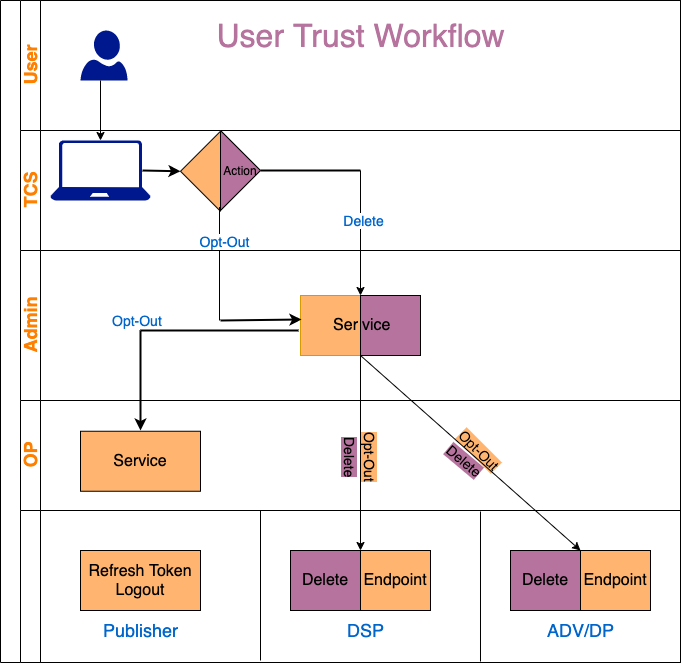
Above: images/user_trust_workflow.png in IABTechLab/uid2docs (draw.io), before the change. Source tidied: cells renumbered, new cells last; positions are measured from the earlier drawing's top-left corner, leaving out a move shared by most shapes. Its diagram source:
```xml
<mxGraphModel>
  <root>
    <mxCell id="0" />
    <mxCell id="1" parent="0" />
    <mxCell id="2" style="swimlane;html=1;horizontal=0;startSize=20;" parent="1" vertex="1">
      <mxGeometry width="680" height="662" as="geometry" />
    </mxCell>
    <mxCell id="3" value="&lt;font color=&quot;#ff8000&quot; style=&quot;font-size: 18px&quot;&gt;User&lt;/font&gt;" style="swimlane;html=1;startSize=20;horizontal=0;" parent="2" vertex="1">
      <mxGeometry x="20" width="660" height="130" as="geometry" />
    </mxCell>
    <mxCell id="4" style="shadow=0;dashed=0;html=1;strokeColor=none;labelPosition=center;verticalLabelPosition=bottom;verticalAlign=top;align=center;fillColor=#00188D;shape=mxgraph.azure.user;rounded=0;sketch=0;" parent="3" vertex="1">
      <mxGeometry x="60" y="30" width="47" height="50" as="geometry" />
    </mxCell>
    <mxCell id="5" value="&lt;font style=&quot;font-size: 32px&quot; color=&quot;#b5739d&quot;&gt;User Trust Workflow&lt;/font&gt;" style="text;html=1;align=center;verticalAlign=middle;fillColor=none;strokeColor=none;rounded=0;" parent="3" vertex="1">
      <mxGeometry x="190" y="20" width="300" height="30" as="geometry" />
    </mxCell>
    <mxCell id="6" value="&lt;font style=&quot;font-size: 18px&quot; color=&quot;#ff8000&quot;&gt;TCS&lt;/font&gt;" style="swimlane;html=1;startSize=20;horizontal=0;" parent="2" vertex="1">
      <mxGeometry x="20" y="130" width="660" height="120" as="geometry" />
    </mxCell>
    <mxCell id="7" style="edgeStyle=orthogonalEdgeStyle;rounded=0;orthogonalLoop=1;jettySize=auto;html=1;endArrow=classic;endFill=1;" parent="6" edge="1">
      <mxGeometry relative="1" as="geometry">
        <mxPoint x="360" y="60" as="targetPoint" />
      </mxGeometry>
    </mxCell>
    <mxCell id="8" style="shadow=0;dashed=0;html=1;strokeColor=none;labelPosition=center;verticalLabelPosition=bottom;verticalAlign=top;align=center;fillColor=#00188D;shape=mxgraph.azure.laptop;" parent="6" vertex="1">
      <mxGeometry x="30" y="10" width="100" height="60" as="geometry" />
    </mxCell>
    <mxCell id="9" value="Action" style="triangle;whiteSpace=wrap;html=1;fillColor=#B5739D;" parent="6" vertex="1">
      <mxGeometry x="200" width="40" height="80" as="geometry" />
    </mxCell>
    <mxCell id="10" style="triangle;whiteSpace=wrap;html=1;rotation=-180;fillColor=#FFB570;" parent="6" vertex="1">
      <mxGeometry x="160" y="0.8" width="40" height="80" as="geometry" />
    </mxCell>
    <mxCell id="11" style="endArrow=none;html=1;strokeWidth=2;startArrow=classic;startFill=1;entryX=0.92;entryY=0.5;entryDx=0;entryDy=0;entryPerimeter=0;exitX=1;exitY=0.5;exitDx=0;exitDy=0;" parent="6" edge="1" source="10" target="8">
      <mxGeometry relative="1" as="geometry" />
    </mxCell>
    <mxCell id="12" style="endArrow=none;html=1;strokeWidth=2;" parent="6" edge="1">
      <mxGeometry relative="1" as="geometry">
        <mxPoint x="240" y="40" as="sourcePoint" />
        <mxPoint x="340" y="40" as="targetPoint" />
      </mxGeometry>
    </mxCell>
    <mxCell id="13" style="endArrow=classic;html=1;strokeWidth=1;entryX=0;entryY=0;entryDx=0;entryDy=0;" parent="6" edge="1" target="17">
      <mxGeometry relative="1" as="geometry">
        <mxPoint x="340" y="40" as="sourcePoint" />
      </mxGeometry>
    </mxCell>
    <mxCell id="14" value="&lt;font style=&quot;font-size: 14px&quot; color=&quot;#0066cc&quot;&gt;Delete&lt;/font&gt;" style="edgeLabel;html=1;align=center;verticalAlign=middle;" parent="13" vertex="1">
      <mxGeometry x="-0.22" y="2" relative="1" as="geometry" />
    </mxCell>
    <mxCell id="15" value="&lt;font style=&quot;font-size: 18px&quot; color=&quot;#ff8000&quot;&gt;Admin&lt;/font&gt;" style="swimlane;html=1;startSize=20;horizontal=0;" parent="2" vertex="1">
      <mxGeometry x="20" y="250" width="660" height="150" as="geometry" />
    </mxCell>
    <mxCell id="16" value="&lt;font style=&quot;font-size: 16px&quot;&gt;Ser&lt;/font&gt;" style="rounded=0;whiteSpace=wrap;html=1;strokeColor=#d79b00;align=right;fillColor=#FFB570;" parent="15" vertex="1">
      <mxGeometry x="280" y="45" width="60" height="60" as="geometry" />
    </mxCell>
    <mxCell id="17" value="&lt;font style=&quot;font-size: 16px&quot;&gt;vice&lt;/font&gt;" style="rounded=0;whiteSpace=wrap;html=1;fillColor=#B5739D;align=left;" parent="15" vertex="1">
      <mxGeometry x="340" y="45" width="60" height="60" as="geometry" />
    </mxCell>
    <mxCell id="18" value="&lt;font style=&quot;font-size: 14px&quot; color=&quot;#0066cc&quot;&gt;Opt-Out&lt;/font&gt;" style="text;html=1;align=left;verticalAlign=middle;" parent="15" vertex="1">
      <mxGeometry x="90" y="60" width="70" height="20" as="geometry" />
    </mxCell>
    <mxCell id="19" value="&lt;font style=&quot;font-size: 18px&quot; color=&quot;#ff8000&quot;&gt;OP&lt;/font&gt;" style="swimlane;html=1;startSize=20;horizontal=0;" parent="2" vertex="1">
      <mxGeometry x="20" y="400" width="660" height="110" as="geometry" />
    </mxCell>
    <mxCell id="20" value="&lt;font style=&quot;font-size: 16px&quot;&gt;Service&lt;/font&gt;" style="rounded=0;whiteSpace=wrap;html=1;fillColor=#FFB570;" parent="19" vertex="1">
      <mxGeometry x="60" y="30.8" width="120" height="60" as="geometry" />
    </mxCell>
    <mxCell id="21" value="&lt;font style=&quot;font-size: 14px ; background-color: rgb(255 , 181 , 112)&quot;&gt;Opt-Out&lt;/font&gt;" style="text;html=1;align=left;verticalAlign=middle;rotation=45;" parent="19" vertex="1">
      <mxGeometry x="430" y="45" width="70" height="20" as="geometry" />
    </mxCell>
    <mxCell id="22" value="&lt;font style=&quot;font-size: 14px ; background-color: rgb(255 , 181 , 112)&quot;&gt;Opt-Out&lt;/font&gt;" style="text;html=1;align=left;verticalAlign=middle;rotation=90;" parent="19" vertex="1">
      <mxGeometry x="315" y="55" width="70" height="20" as="geometry" />
    </mxCell>
    <mxCell id="23" value="&lt;font style=&quot;font-size: 14px ; background-color: rgb(181 , 115 , 157)&quot;&gt;Delete&lt;/font&gt;" style="text;html=1;align=left;verticalAlign=middle;rotation=40;" parent="19" vertex="1">
      <mxGeometry x="420" y="55" width="60" height="20" as="geometry" />
    </mxCell>
    <mxCell id="24" value="&lt;font style=&quot;font-size: 14px ; background-color: rgb(181 , 115 , 157)&quot;&gt;Delete&lt;/font&gt;" style="text;html=1;align=left;verticalAlign=middle;rotation=90;" parent="19" vertex="1">
      <mxGeometry x="300" y="55" width="60" height="20" as="geometry" />
    </mxCell>
    <mxCell id="25" style="swimlane;html=1;startSize=20;horizontal=0;" parent="2" vertex="1">
      <mxGeometry x="20" y="510" width="660" height="152" as="geometry" />
    </mxCell>
    <mxCell id="26" value="&lt;font style=&quot;font-size: 18px&quot; color=&quot;#0066cc&quot;&gt;DSP&lt;/font&gt;" style="text;html=1;align=center;verticalAlign=middle;fillColor=none;strokeColor=none;rounded=0;sketch=0;" parent="25" vertex="1">
      <mxGeometry x="320" y="110" width="50" height="20" as="geometry" />
    </mxCell>
    <mxCell id="27" style="endArrow=none;html=1;" parent="25" edge="1">
      <mxGeometry relative="1" as="geometry">
        <mxPoint x="460" y="151" as="sourcePoint" />
        <mxPoint x="460" y="1" as="targetPoint" />
      </mxGeometry>
    </mxCell>
    <mxCell id="28" value="&lt;font style=&quot;font-size: 16px&quot;&gt;Delete&lt;/font&gt;" style="rounded=0;whiteSpace=wrap;html=1;fillColor=#B5739D;" parent="25" vertex="1">
      <mxGeometry x="270" y="40" width="70" height="60" as="geometry" />
    </mxCell>
    <mxCell id="29" value="&lt;font style=&quot;font-size: 16px&quot;&gt;Refresh Token Logout&lt;/font&gt;" style="rounded=0;whiteSpace=wrap;html=1;fillColor=#FFB570;" parent="25" vertex="1">
      <mxGeometry x="60" y="40" width="120" height="60" as="geometry" />
    </mxCell>
    <mxCell id="30" value="&lt;font style=&quot;font-size: 18px&quot; color=&quot;#0066cc&quot;&gt;Publisher&lt;/font&gt;" style="text;html=1;align=center;verticalAlign=middle;fillColor=none;strokeColor=none;rounded=0;sketch=0;" parent="25" vertex="1">
      <mxGeometry x="75" y="110" width="90" height="20" as="geometry" />
    </mxCell>
    <mxCell id="31" value="&lt;font style=&quot;font-size: 18px&quot; color=&quot;#0066cc&quot;&gt;ADV/DP&lt;/font&gt;" style="text;html=1;align=center;verticalAlign=middle;fillColor=none;strokeColor=none;rounded=0;sketch=0;" parent="25" vertex="1">
      <mxGeometry x="520" y="110" width="80" height="20" as="geometry" />
    </mxCell>
    <mxCell id="32" value="&lt;font style=&quot;font-size: 16px&quot;&gt;Endpoint&lt;/font&gt;" style="rounded=0;whiteSpace=wrap;html=1;fillColor=#FFB570;" parent="25" vertex="1">
      <mxGeometry x="340" y="40" width="70" height="60" as="geometry" />
    </mxCell>
    <mxCell id="33" value="&lt;font style=&quot;font-size: 16px&quot;&gt;Delete&lt;/font&gt;" style="rounded=0;whiteSpace=wrap;html=1;fillColor=#B5739D;" parent="25" vertex="1">
      <mxGeometry x="490" y="40" width="70" height="60" as="geometry" />
    </mxCell>
    <mxCell id="34" value="&lt;font style=&quot;font-size: 16px&quot;&gt;Endpoint&lt;/font&gt;" style="rounded=0;whiteSpace=wrap;html=1;fillColor=#FFB570;" parent="25" vertex="1">
      <mxGeometry x="560" y="40" width="70" height="60" as="geometry" />
    </mxCell>
    <mxCell id="35" style="endArrow=classic;html=1;entryX=0.5;entryY=0;entryDx=0;entryDy=0;entryPerimeter=0;" parent="2" edge="1" target="8">
      <mxGeometry relative="1" as="geometry">
        <mxPoint x="100" y="80" as="sourcePoint" />
      </mxGeometry>
    </mxCell>
    <mxCell id="36" style="endArrow=classic;html=1;strokeWidth=1;exitX=1;exitY=1;exitDx=0;exitDy=0;entryX=0;entryY=0;entryDx=0;entryDy=0;" parent="2" edge="1" source="16" target="32">
      <mxGeometry relative="1" as="geometry" />
    </mxCell>
    <mxCell id="37" style="endArrow=classic;html=1;strokeWidth=1;entryX=1;entryY=0;entryDx=0;entryDy=0;exitX=0;exitY=1;exitDx=0;exitDy=0;" parent="2" edge="1" source="17" target="33">
      <mxGeometry relative="1" as="geometry" />
    </mxCell>
    <mxCell id="38" style="endArrow=none;html=1;" parent="1" edge="1">
      <mxGeometry relative="1" as="geometry">
        <mxPoint x="680" y="660" as="sourcePoint" />
        <mxPoint x="680" as="targetPoint" />
      </mxGeometry>
    </mxCell>
    <mxCell id="39" style="endArrow=none;html=1;exitX=1;exitY=0;exitDx=0;exitDy=0;" parent="1" edge="1">
      <mxGeometry relative="1" as="geometry">
        <mxPoint x="650" as="sourcePoint" />
        <mxPoint x="680" as="targetPoint" />
      </mxGeometry>
    </mxCell>
    <mxCell id="40" style="endArrow=none;html=1;exitX=1;exitY=0;exitDx=0;exitDy=0;" parent="1" edge="1">
      <mxGeometry relative="1" as="geometry">
        <mxPoint x="650" y="662" as="sourcePoint" />
        <mxPoint x="680" y="662" as="targetPoint" />
      </mxGeometry>
    </mxCell>
    <mxCell id="41" style="endArrow=none;html=1;" parent="1" edge="1">
      <mxGeometry relative="1" as="geometry">
        <mxPoint x="260" y="660" as="sourcePoint" />
        <mxPoint x="260" y="510" as="targetPoint" />
      </mxGeometry>
    </mxCell>
    <mxCell id="42" style="endArrow=none;html=1;entryX=0.025;entryY=0.053;entryDx=0;entryDy=0;entryPerimeter=0;" parent="1" edge="1" target="10">
      <mxGeometry relative="1" as="geometry">
        <mxPoint x="219" y="320" as="sourcePoint" />
      </mxGeometry>
    </mxCell>
    <mxCell id="43" value="&lt;font style=&quot;font-size: 14px&quot; color=&quot;#0066cc&quot;&gt;Opt-Out&lt;/font&gt;" style="edgeLabel;html=1;align=center;verticalAlign=middle;" parent="42" vertex="1">
      <mxGeometry x="0.41" y="-4" relative="1" as="geometry" />
    </mxCell>
    <mxCell id="44" style="endArrow=classic;html=1;strokeWidth=2;entryX=0.017;entryY=0.4;entryDx=0;entryDy=0;entryPerimeter=0;" parent="1" edge="1" target="16">
      <mxGeometry relative="1" as="geometry">
        <mxPoint x="220" y="320" as="sourcePoint" />
      </mxGeometry>
    </mxCell>
    <mxCell id="45" style="endArrow=none;html=1;strokeWidth=2;" parent="1" edge="1">
      <mxGeometry relative="1" as="geometry">
        <mxPoint x="140" y="330" as="sourcePoint" />
        <mxPoint x="298" y="330" as="targetPoint" />
      </mxGeometry>
    </mxCell>
    <mxCell id="46" style="endArrow=classic;html=1;strokeWidth=2;" parent="1" edge="1">
      <mxGeometry relative="1" as="geometry">
        <mxPoint x="140" y="330" as="sourcePoint" />
        <mxPoint x="140" y="430" as="targetPoint" />
      </mxGeometry>
    </mxCell>
  </root>
</mxGraphModel>
```
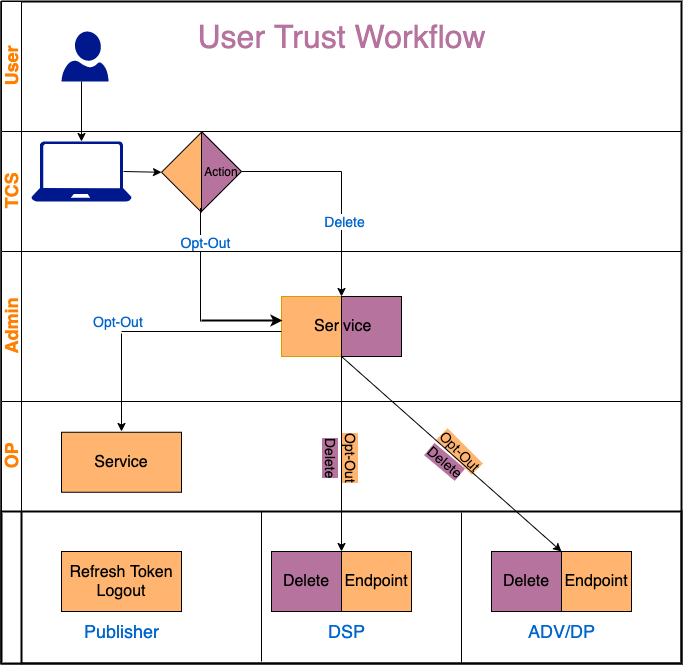
Later version of the same file.

Diff of the diagram source:
```diff
@@ -2,11 +2,11 @@
   <root>
     <mxCell id="0" />
     <mxCell id="1" parent="0" />
-    <mxCell id="2" style="swimlane;html=1;horizontal=0;startSize=20;" parent="1" vertex="1">
+    <mxCell id="2" style="swimlane;html=1;horizontal=0;startSize=0;strokeWidth=2;" parent="1" vertex="1">
       <mxGeometry width="680" height="662" as="geometry" />
     </mxCell>
     <mxCell id="3" value="&lt;font color=&quot;#ff8000&quot; style=&quot;font-size: 18px&quot;&gt;User&lt;/font&gt;" style="swimlane;html=1;startSize=20;horizontal=0;" parent="2" vertex="1">
-      <mxGeometry x="20" width="660" height="130" as="geometry" />
+      <mxGeometry width="680" height="130" as="geometry" />
     </mxCell>
     <mxCell id="4" style="shadow=0;dashed=0;html=1;strokeColor=none;labelPosition=center;verticalLabelPosition=bottom;verticalAlign=top;align=center;fillColor=#00188D;shape=mxgraph.azure.user;rounded=0;sketch=0;" parent="3" vertex="1">
       <mxGeometry x="60" y="30" width="47" height="50" as="geometry" />
@@ -15,7 +15,7 @@
       <mxGeometry x="190" y="20" width="300" height="30" as="geometry" />
     </mxCell>
     <mxCell id="6" value="&lt;font style=&quot;font-size: 18px&quot; color=&quot;#ff8000&quot;&gt;TCS&lt;/font&gt;" style="swimlane;html=1;startSize=20;horizontal=0;" parent="2" vertex="1">
-      <mxGeometry x="20" y="130" width="660" height="120" as="geometry" />
+      <mxGeometry y="130" width="680" height="120" as="geometry" />
     </mxCell>
     <mxCell id="7" style="edgeStyle=orthogonalEdgeStyle;rounded=0;orthogonalLoop=1;jettySize=auto;html=1;endArrow=classic;endFill=1;" parent="6" edge="1">
       <mxGeometry relative="1" as="geometry">
@@ -31,10 +31,10 @@
     <mxCell id="10" style="triangle;whiteSpace=wrap;html=1;rotation=-180;fillColor=#FFB570;" parent="6" vertex="1">
       <mxGeometry x="160" y="0.8" width="40" height="80" as="geometry" />
     </mxCell>
-    <mxCell id="11" style="endArrow=none;html=1;strokeWidth=2;startArrow=classic;startFill=1;entryX=0.92;entryY=0.5;entryDx=0;entryDy=0;entryPerimeter=0;exitX=1;exitY=0.5;exitDx=0;exitDy=0;" parent="6" edge="1" source="10" target="8">
+    <mxCell id="11" style="endArrow=none;html=1;strokeWidth=1;startArrow=classic;startFill=1;entryX=0.92;entryY=0.5;entryDx=0;entryDy=0;entryPerimeter=0;exitX=1;exitY=0.5;exitDx=0;exitDy=0;" parent="6" edge="1" source="10" target="8">
       <mxGeometry relative="1" as="geometry" />
     </mxCell>
-    <mxCell id="12" style="endArrow=none;html=1;strokeWidth=2;" parent="6" edge="1">
+    <mxCell id="12" style="endArrow=none;html=1;strokeWidth=1;" parent="6" edge="1">
       <mxGeometry relative="1" as="geometry">
         <mxPoint x="240" y="40" as="sourcePoint" />
         <mxPoint x="340" y="40" as="targetPoint" />
@@ -49,7 +49,7 @@
       <mxGeometry x="-0.22" y="2" relative="1" as="geometry" />
     </mxCell>
     <mxCell id="15" value="&lt;font style=&quot;font-size: 18px&quot; color=&quot;#ff8000&quot;&gt;Admin&lt;/font&gt;" style="swimlane;html=1;startSize=20;horizontal=0;" parent="2" vertex="1">
-      <mxGeometry x="20" y="250" width="660" height="150" as="geometry" />
+      <mxGeometry y="250" width="680" height="150" as="geometry" />
     </mxCell>
     <mxCell id="16" value="&lt;font style=&quot;font-size: 16px&quot;&gt;Ser&lt;/font&gt;" style="rounded=0;whiteSpace=wrap;html=1;strokeColor=#d79b00;align=right;fillColor=#FFB570;" parent="15" vertex="1">
       <mxGeometry x="280" y="45" width="60" height="60" as="geometry" />
@@ -61,7 +61,7 @@
       <mxGeometry x="90" y="60" width="70" height="20" as="geometry" />
     </mxCell>
     <mxCell id="19" value="&lt;font style=&quot;font-size: 18px&quot; color=&quot;#ff8000&quot;&gt;OP&lt;/font&gt;" style="swimlane;html=1;startSize=20;horizontal=0;" parent="2" vertex="1">
-      <mxGeometry x="20" y="400" width="660" height="110" as="geometry" />
+      <mxGeometry y="400" width="680" height="110" as="geometry" />
     </mxCell>
     <mxCell id="20" value="&lt;font style=&quot;font-size: 16px&quot;&gt;Service&lt;/font&gt;" style="rounded=0;whiteSpace=wrap;html=1;fillColor=#FFB570;" parent="19" vertex="1">
       <mxGeometry x="60" y="30.8" width="120" height="60" as="geometry" />
@@ -78,8 +78,8 @@
     <mxCell id="24" value="&lt;font style=&quot;font-size: 14px ; background-color: rgb(181 , 115 , 157)&quot;&gt;Delete&lt;/font&gt;" style="text;html=1;align=left;verticalAlign=middle;rotation=90;" parent="19" vertex="1">
       <mxGeometry x="300" y="55" width="60" height="20" as="geometry" />
     </mxCell>
-    <mxCell id="25" style="swimlane;html=1;startSize=20;horizontal=0;" parent="2" vertex="1">
-      <mxGeometry x="20" y="510" width="660" height="152" as="geometry" />
+    <mxCell id="25" style="swimlane;html=1;startSize=20;horizontal=0;strokeWidth=2;" parent="2" vertex="1">
+      <mxGeometry y="510" width="680" height="152" as="geometry" />
     </mxCell>
     <mxCell id="26" value="&lt;font style=&quot;font-size: 18px&quot; color=&quot;#0066cc&quot;&gt;DSP&lt;/font&gt;" style="text;html=1;align=center;verticalAlign=middle;fillColor=none;strokeColor=none;rounded=0;sketch=0;" parent="25" vertex="1">
       <mxGeometry x="320" y="110" width="50" height="20" as="geometry" />
@@ -113,7 +113,7 @@
     </mxCell>
     <mxCell id="35" style="endArrow=classic;html=1;entryX=0.5;entryY=0;entryDx=0;entryDy=0;entryPerimeter=0;" parent="2" edge="1" target="8">
       <mxGeometry relative="1" as="geometry">
-        <mxPoint x="100" y="80" as="sourcePoint" />
+        <mxPoint x="80" y="80" as="sourcePoint" />
       </mxGeometry>
     </mxCell>
     <mxCell id="36" style="endArrow=classic;html=1;strokeWidth=1;exitX=1;exitY=1;exitDx=0;exitDy=0;entryX=0;entryY=0;entryDx=0;entryDy=0;" parent="2" edge="1" source="16" target="32">
@@ -148,7 +148,7 @@
     </mxCell>
     <mxCell id="42" style="endArrow=none;html=1;entryX=0.025;entryY=0.053;entryDx=0;entryDy=0;entryPerimeter=0;" parent="1" edge="1" target="10">
       <mxGeometry relative="1" as="geometry">
-        <mxPoint x="219" y="320" as="sourcePoint" />
+        <mxPoint x="199" y="320" as="sourcePoint" />
       </mxGeometry>
     </mxCell>
     <mxCell id="43" value="&lt;font style=&quot;font-size: 14px&quot; color=&quot;#0066cc&quot;&gt;Opt-Out&lt;/font&gt;" style="edgeLabel;html=1;align=center;verticalAlign=middle;" parent="42" vertex="1">
@@ -156,19 +156,19 @@
     </mxCell>
     <mxCell id="44" style="endArrow=classic;html=1;strokeWidth=2;entryX=0.017;entryY=0.4;entryDx=0;entryDy=0;entryPerimeter=0;" parent="1" edge="1" target="16">
       <mxGeometry relative="1" as="geometry">
-        <mxPoint x="220" y="320" as="sourcePoint" />
+        <mxPoint x="200" y="319" as="sourcePoint" />
       </mxGeometry>
     </mxCell>
-    <mxCell id="45" style="endArrow=none;html=1;strokeWidth=2;" parent="1" edge="1">
+    <mxCell id="45" style="endArrow=none;html=1;strokeWidth=1;" parent="1" edge="1">
       <mxGeometry relative="1" as="geometry">
-        <mxPoint x="140" y="330" as="sourcePoint" />
-        <mxPoint x="298" y="330" as="targetPoint" />
+        <mxPoint x="120" y="330" as="sourcePoint" />
+        <mxPoint x="280" y="330" as="targetPoint" />
       </mxGeometry>
     </mxCell>
-    <mxCell id="46" style="endArrow=classic;html=1;strokeWidth=2;" parent="1" edge="1">
+    <mxCell id="46" style="endArrow=classic;html=1;strokeWidth=1;" parent="1" edge="1">
       <mxGeometry relative="1" as="geometry">
-        <mxPoint x="140" y="330" as="sourcePoint" />
-        <mxPoint x="140" y="430" as="targetPoint" />
+        <mxPoint x="120" y="332" as="sourcePoint" />
+        <mxPoint x="120" y="430" as="targetPoint" />
       </mxGeometry>
     </mxCell>
   </root>
```
